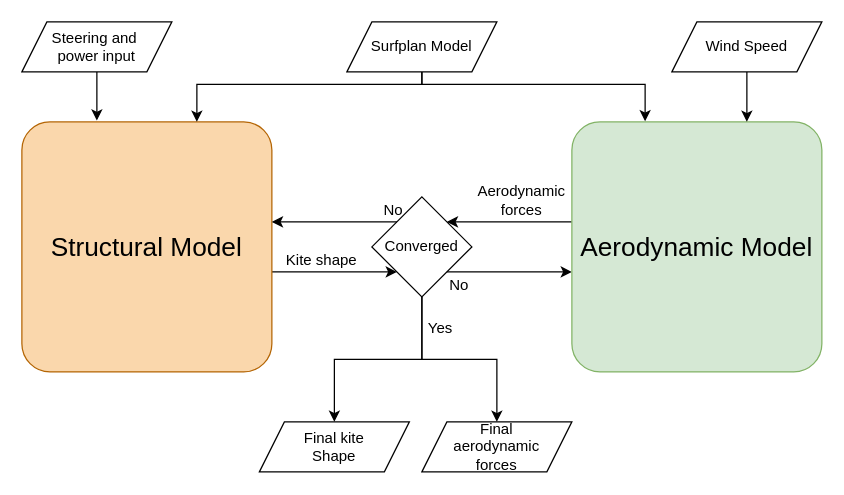
The draw.io diagram Figures/drawio/FSI_flowchart.drawio in PatrickRoel/Thesis, before the edit. Source tidied: cells renumbered, new cells numbered last; positions are measured from the earlier drawing's top-left corner, leaving out a move shared by most shapes. Both pictures are drawn from the tidied source at 125%, with x=0, y=0 at pixel (21, 21).
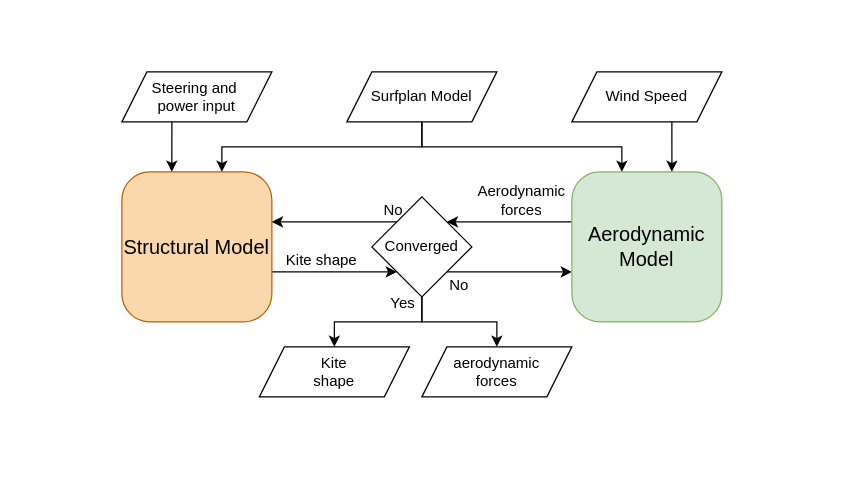
After the change.

Unchanged cells that the change refers to:
```xml
<mxCell id="10" value="Converged" style="rhombus;whiteSpace=wrap;html=1;" parent="1" vertex="1">
  <mxGeometry x="280" y="140" width="80" height="80" as="geometry" />
</mxCell>
```

What changed in the source:
```diff
@@
-    <mxCell id="3" value="&lt;font style=&quot;font-size: 21px;&quot;&gt;&lt;span&gt;Structural Model&lt;/span&gt;&lt;/font&gt;" style="rounded=1;whiteSpace=wrap;html=1;fillColor=#FAD7AC;strokeColor=#b46504;glass=0;shadow=0;arcSize=45;absoluteArcSize=1;fontStyle=0;" parent="1" vertex="1">
-      <mxGeometry y="80" width="200" height="200" as="geometry" />
+    <mxCell id="3" value="&lt;font&gt;&lt;span&gt;Structural Model&lt;/span&gt;&lt;/font&gt;" style="rounded=1;whiteSpace=wrap;html=1;fillColor=#FAD7AC;strokeColor=#b46504;glass=0;shadow=0;arcSize=45;absoluteArcSize=1;fontStyle=0;fontSize=16;" parent="1" vertex="1">
+      <mxGeometry x="80" y="120" width="120" height="120" as="geometry" />
     </mxCell>
-    <mxCell id="4" style="edgeStyle=orthogonalEdgeStyle;rounded=0;jettySize=auto;html=1;" parent="1" edge="1" source="5">
-      <mxGeometry relative="1" as="geometry">
-        <mxPoint x="60" y="79" as="targetPoint" />
-        <Array as="points">
-          <mxPoint x="60" y="79" />
-        </Array>
-      </mxGeometry>
-    </mxCell>
     <mxCell id="5" value="&lt;div&gt;Steering and&amp;nbsp;&lt;/div&gt;&lt;div&gt;power input&lt;/div&gt;" style="shape=parallelogram;perimeter=parallelogramPerimeter;whiteSpace=wrap;html=1;fixedSize=1;" parent="1" vertex="1">
-      <mxGeometry width="120" height="40" as="geometry" />
+      <mxGeometry x="80" y="40" width="120" height="40" as="geometry" />
     </mxCell>
-    <mxCell id="6" style="edgeStyle=orthogonalEdgeStyle;rounded=0;jettySize=auto;html=1;" parent="1" edge="1" source="7">
+    <mxCell id="6" style="edgeStyle=orthogonalEdgeStyle;rounded=0;jettySize=auto;html=1;entryX=0.667;entryY=0;entryDx=0;entryDy=0;entryPerimeter=0;" parent="1" edge="1" source="7" target="3">
       <mxGeometry relative="1" as="geometry">
-        <mxPoint x="140" y="80" as="targetPoint" />
         <Array as="points">
-          <mxPoint x="320" y="50" />
-          <mxPoint x="140" y="50" />
+          <mxPoint x="320" y="100" />
+          <mxPoint x="160" y="100" />
         </Array>
       </mxGeometry>
     </mxCell>
     <mxCell id="7" value="Surfplan Model" style="shape=parallelogram;perimeter=parallelogramPerimeter;whiteSpace=wrap;html=1;fixedSize=1;" parent="1" vertex="1">
-      <mxGeometry x="260" width="120" height="40" as="geometry" />
+      <mxGeometry x="260" y="40" width="120" height="40" as="geometry" />
     </mxCell>
     <mxCell id="8" style="edgeStyle=orthogonalEdgeStyle;rounded=0;jettySize=auto;html=1;entryX=0.5;entryY=0;entryDx=0;entryDy=0;" parent="1" edge="1" source="10" target="23">
-      <mxGeometry relative="1" as="geometry" />
+      <mxGeometry relative="1" as="geometry">
+        <Array as="points">
+          <mxPoint x="320" y="240" />
+          <mxPoint x="250" y="240" />
+        </Array>
+      </mxGeometry>
     </mxCell>
     <mxCell id="9" style="edgeStyle=orthogonalEdgeStyle;rounded=0;jettySize=auto;html=1;entryX=0.5;entryY=0;entryDx=0;entryDy=0;" parent="1" edge="1" source="10" target="24">
-      <mxGeometry relative="1" as="geometry" />
+      <mxGeometry relative="1" as="geometry">
+        <Array as="points">
+          <mxPoint x="320" y="240" />
+          <mxPoint x="380" y="240" />
+        </Array>
+      </mxGeometry>
     </mxCell>
@@
-    <mxCell id="13" value="&lt;font style=&quot;font-size: 21px;&quot;&gt;Aerodynamic Model&lt;/font&gt;" style="rounded=1;whiteSpace=wrap;html=1;fillColor=#d5e8d4;strokeColor=#82b366;glass=0;shadow=0;arcSize=45;absoluteArcSize=1;" parent="1" vertex="1">
-      <mxGeometry x="440" y="80" width="200" height="200" as="geometry" />
+    <mxCell id="13" value="&lt;font&gt;Aerodynamic Model&lt;/font&gt;" style="rounded=1;whiteSpace=wrap;html=1;fillColor=#d5e8d4;strokeColor=#82b366;glass=0;shadow=0;arcSize=45;absoluteArcSize=1;fontSize=16;" parent="1" vertex="1">
+      <mxGeometry x="440" y="120" width="120" height="120" as="geometry" />
     </mxCell>
-    <mxCell id="14" style="edgeStyle=orthogonalEdgeStyle;rounded=0;jettySize=auto;html=1;entryX=0.293;entryY=-0.002;entryDx=0;entryDy=0;entryPerimeter=0;" parent="1" edge="1" source="7" target="13">
+    <mxCell id="14" style="edgeStyle=orthogonalEdgeStyle;rounded=0;jettySize=auto;html=1;" parent="1" edge="1" source="7">
       <mxGeometry relative="1" as="geometry">
+        <mxPoint x="480" y="120" as="targetPoint" />
         <Array as="points">
-          <mxPoint x="320" y="50" />
-          <mxPoint x="499" y="50" />
+          <mxPoint x="320" y="100" />
+          <mxPoint x="480" y="100" />
         </Array>
       </mxGeometry>
     </mxCell>
-    <mxCell id="15" style="edgeStyle=orthogonalEdgeStyle;rounded=0;jettySize=auto;html=1;" parent="1" edge="1" source="16" target="13">
-      <mxGeometry relative="1" as="geometry">
-        <Array as="points">
-          <mxPoint x="580" y="70" />
-          <mxPoint x="580" y="70" />
-        </Array>
-      </mxGeometry>
-    </mxCell>
     <mxCell id="16" value="Wind Speed" style="shape=parallelogram;perimeter=parallelogramPerimeter;whiteSpace=wrap;html=1;fixedSize=1;" parent="1" vertex="1">
-      <mxGeometry x="520" width="120" height="40" as="geometry" />
+      <mxGeometry x="440" y="40" width="120" height="40" as="geometry" />
     </mxCell>
@@
     <mxCell id="22" value="Yes" style="text;html=1;whiteSpace=wrap;strokeColor=none;fillColor=none;align=center;verticalAlign=middle;rounded=0;" parent="1" vertex="1">
-      <mxGeometry x="320" y="220" width="30" height="50" as="geometry" />
+      <mxGeometry x="290" y="200" width="30" height="50" as="geometry" />
     </mxCell>
-    <mxCell id="23" value="&lt;div&gt;Final kite&lt;/div&gt;&lt;div&gt;Shape&lt;/div&gt;" style="shape=parallelogram;perimeter=parallelogramPerimeter;whiteSpace=wrap;html=1;fixedSize=1;" parent="1" vertex="1">
-      <mxGeometry x="190" y="320" width="120" height="40" as="geometry" />
+    <mxCell id="23" value="&lt;div&gt;Kite&lt;/div&gt;&lt;div&gt;shape&lt;/div&gt;" style="shape=parallelogram;perimeter=parallelogramPerimeter;whiteSpace=wrap;html=1;fixedSize=1;" parent="1" vertex="1">
+      <mxGeometry x="190" y="260" width="120" height="40" as="geometry" />
     </mxCell>
-    <mxCell id="24" value="&lt;div&gt;Final&lt;/div&gt;&lt;div&gt;aerodynamic&lt;/div&gt;&lt;div&gt;forces&lt;/div&gt;" style="shape=parallelogram;perimeter=parallelogramPerimeter;whiteSpace=wrap;html=1;fixedSize=1;" parent="1" vertex="1">
-      <mxGeometry x="320" y="320" width="120" height="40" as="geometry" />
+    <mxCell id="24" value="&lt;div&gt;aerodynamic&lt;/div&gt;&lt;div&gt;forces&lt;/div&gt;" style="shape=parallelogram;perimeter=parallelogramPerimeter;whiteSpace=wrap;html=1;fixedSize=1;" parent="1" vertex="1">
+      <mxGeometry x="320" y="260" width="120" height="40" as="geometry" />
     </mxCell>
+    <mxCell id="25" style="edgeStyle=orthogonalEdgeStyle;rounded=0;jettySize=auto;html=1;entryX=0.333;entryY=0;entryDx=0;entryDy=0;entryPerimeter=0;" parent="1" edge="1" source="5" target="3">
+      <mxGeometry relative="1" as="geometry">
+        <Array as="points">
+          <mxPoint x="120" y="90" />
+          <mxPoint x="120" y="90" />
+        </Array>
+      </mxGeometry>
+    </mxCell>
+    <mxCell id="15" style="edgeStyle=orthogonalEdgeStyle;rounded=0;jettySize=auto;html=1;entryX=0.667;entryY=0;entryDx=0;entryDy=0;entryPerimeter=0;" parent="1" edge="1" source="16" target="13">
+      <mxGeometry relative="1" as="geometry">
+        <Array as="points">
+          <mxPoint x="520" y="90" />
+          <mxPoint x="520" y="90" />
+        </Array>
+      </mxGeometry>
+    </mxCell>
```
